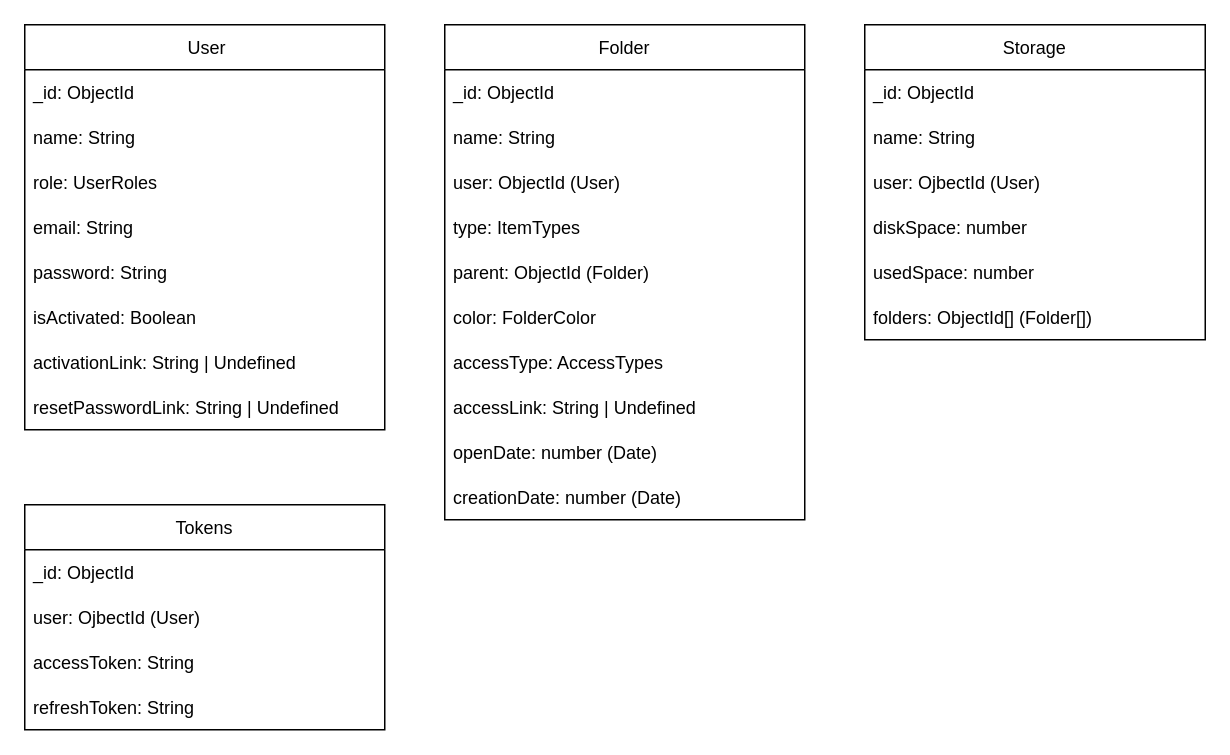
This is page "База данных" (2 of 3) of project.drawio from WheatleyCODE/storage-server, a draw.io file, before an edit. Source tidied: cells renumbered, new cells numbered last; positions are measured from the earlier drawing's top-left corner, leaving out a move shared by most shapes. Both pictures are drawn from the tidied source at 150%, with x=0, y=0 at pixel (24, 24).
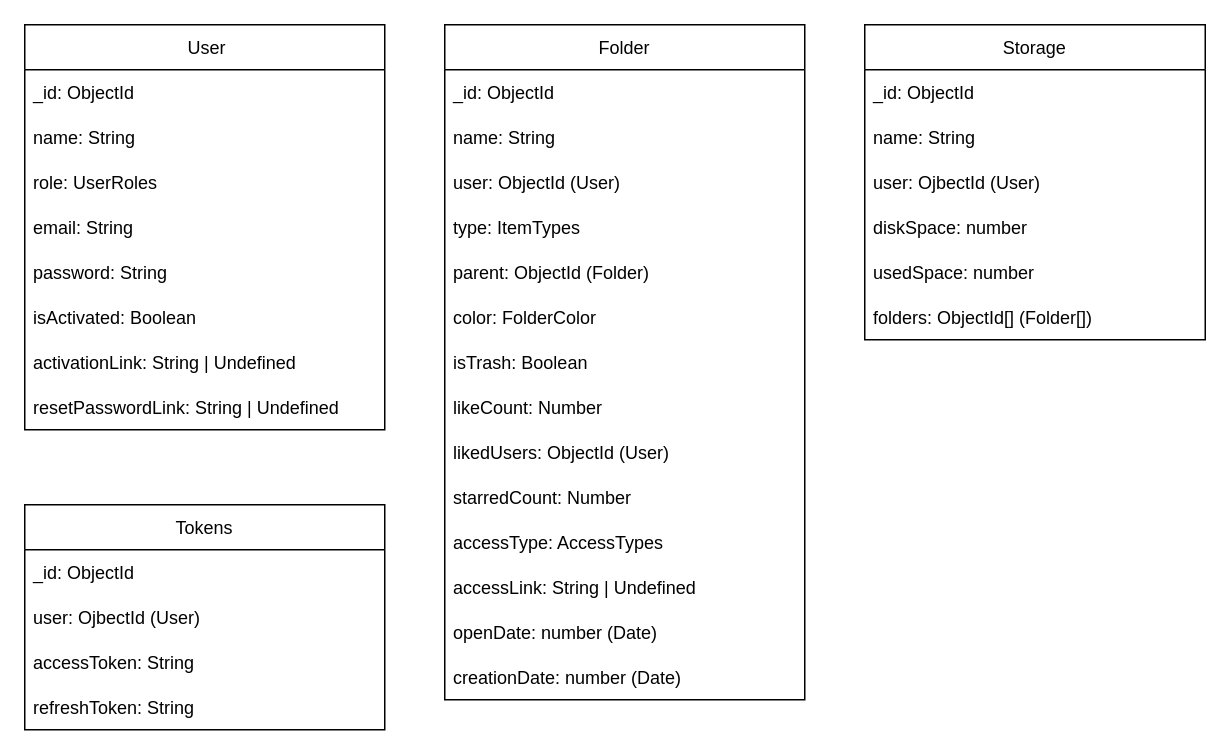
The same page after the edit.

Change to the diagram source:
```diff
@@
     <mxCell id="11" value="Folder" style="swimlane;fontStyle=0;horizontal=1;startSize=30;" parent="1" vertex="1">
-      <mxGeometry x="280" width="240" height="330" as="geometry" />
+      <mxGeometry x="280" width="240" height="450" as="geometry" />
     </mxCell>
@@
+    <mxCell id="34" value="isTrash: Boolean" style="text;strokeColor=none;fillColor=none;align=left;verticalAlign=middle;spacingLeft=4;spacingRight=4;overflow=hidden;" parent="11" vertex="1">
+      <mxGeometry y="210" width="240" height="30" as="geometry" />
+    </mxCell>
+    <mxCell id="35" value="likeCount: Number" style="text;strokeColor=none;fillColor=none;align=left;verticalAlign=middle;spacingLeft=4;spacingRight=4;overflow=hidden;" parent="11" vertex="1">
+      <mxGeometry y="240" width="240" height="30" as="geometry" />
+    </mxCell>
+    <mxCell id="36" value="likedUsers: ObjectId (User)" style="text;strokeColor=none;fillColor=none;align=left;verticalAlign=middle;spacingLeft=4;spacingRight=4;overflow=hidden;" parent="11" vertex="1">
+      <mxGeometry y="270" width="240" height="30" as="geometry" />
+    </mxCell>
+    <mxCell id="37" value="starredCount: Number" style="text;strokeColor=none;fillColor=none;align=left;verticalAlign=middle;spacingLeft=4;spacingRight=4;overflow=hidden;" parent="11" vertex="1">
+      <mxGeometry y="300" width="240" height="30" as="geometry" />
+    </mxCell>
     <mxCell id="18" value="accessType: AccessTypes" style="text;strokeColor=none;fillColor=none;align=left;verticalAlign=middle;spacingLeft=4;spacingRight=4;overflow=hidden;" parent="11" vertex="1">
-      <mxGeometry y="210" width="240" height="30" as="geometry" />
+      <mxGeometry y="330" width="240" height="30" as="geometry" />
     </mxCell>
     <mxCell id="19" value="accessLink: String | Undefined" style="text;strokeColor=none;fillColor=none;align=left;verticalAlign=middle;spacingLeft=4;spacingRight=4;overflow=hidden;" parent="11" vertex="1">
-      <mxGeometry y="240" width="240" height="30" as="geometry" />
+      <mxGeometry y="360" width="240" height="30" as="geometry" />
     </mxCell>
     <mxCell id="20" value="openDate: number (Date)" style="text;strokeColor=none;fillColor=none;align=left;verticalAlign=middle;spacingLeft=4;spacingRight=4;overflow=hidden;" parent="11" vertex="1">
-      <mxGeometry y="270" width="240" height="30" as="geometry" />
+      <mxGeometry y="390" width="240" height="30" as="geometry" />
     </mxCell>
     <mxCell id="21" value="creationDate: number (Date)" style="text;strokeColor=none;fillColor=none;align=left;verticalAlign=middle;spacingLeft=4;spacingRight=4;overflow=hidden;" parent="11" vertex="1">
-      <mxGeometry y="300" width="240" height="30" as="geometry" />
+      <mxGeometry y="420" width="240" height="30" as="geometry" />
     </mxCell>
```
